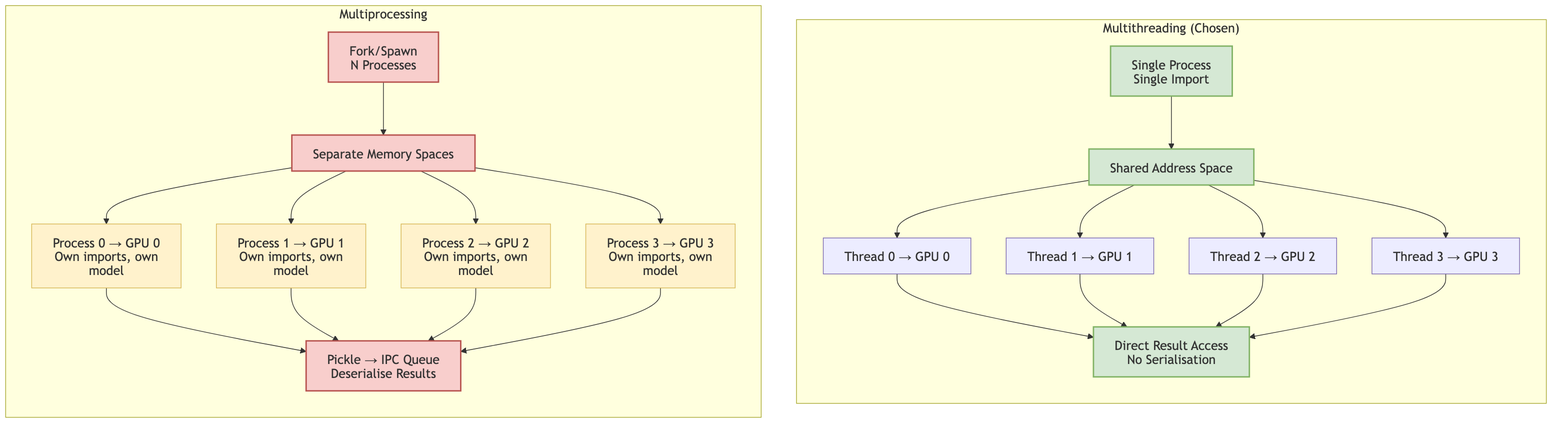
Above: docs/diagrams/threading_vs_mp_comparison.png in tmnestor/LMM_POC (Mermaid), before the change. Its source is kept beside it as docs/diagrams/threading_vs_mp_comparison.mmd.
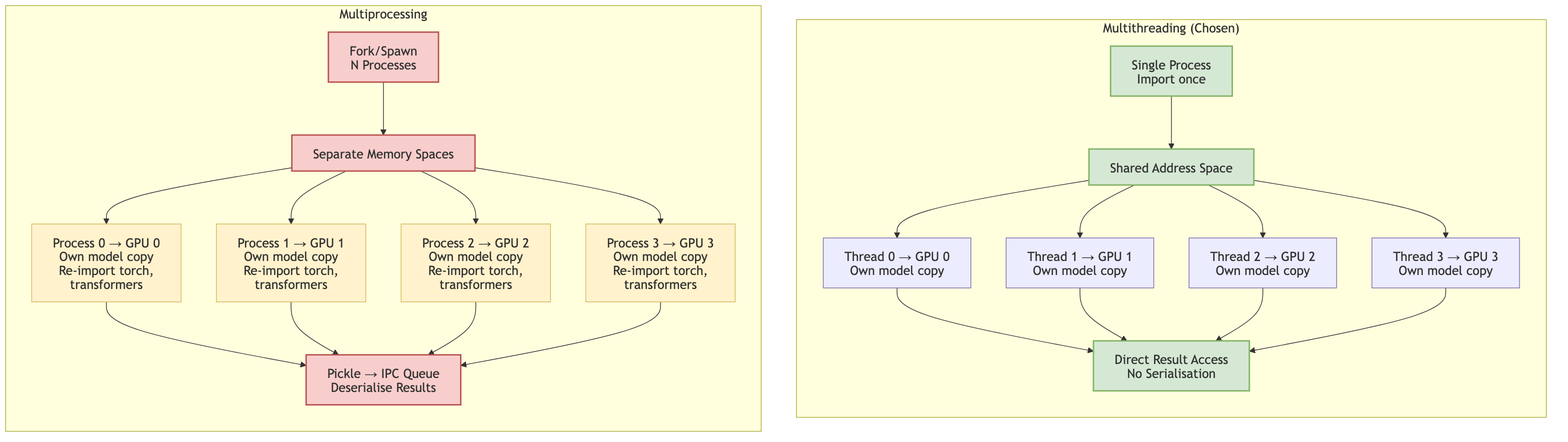
After the commit.

Commit message:
📝 docs: add pipeline vs data parallelism comparison with image distribution diagrams

Diff of the diagram source:
```diff
@@ -1,11 +1,11 @@
 graph TB
     subgraph threading ["Multithreading (Chosen)"]
         direction TB
-        T1["Single Process<br/>Single Import"] --> T2["Shared Address Space"]
-        T2 --> T3["Thread 0 → GPU 0"]
-        T2 --> T4["Thread 1 → GPU 1"]
-        T2 --> T5["Thread 2 → GPU 2"]
-        T2 --> T6["Thread 3 → GPU 3"]
+        T1["Single Process<br/>Import once"] --> T2["Shared Address Space"]
+        T2 --> T3["Thread 0 → GPU 0<br/>Own model copy"]
+        T2 --> T4["Thread 1 → GPU 1<br/>Own model copy"]
+        T2 --> T5["Thread 2 → GPU 2<br/>Own model copy"]
+        T2 --> T6["Thread 3 → GPU 3<br/>Own model copy"]
         T3 --> T7["Direct Result Access<br/>No Serialisation"]
         T4 --> T7
         T5 --> T7
@@ -15,10 +15,10 @@
     subgraph multiprocessing ["Multiprocessing"]
         direction TB
         M1["Fork/Spawn<br/>N Processes"] --> M2["Separate Memory Spaces"]
-        M2 --> M3["Process 0 → GPU 0<br/>Own imports, own model"]
-        M2 --> M4["Process 1 → GPU 1<br/>Own imports, own model"]
-        M2 --> M5["Process 2 → GPU 2<br/>Own imports, own model"]
-        M2 --> M6["Process 3 → GPU 3<br/>Own imports, own model"]
+        M2 --> M3["Process 0 → GPU 0<br/>Own model copy<br/>Re-import torch, transformers"]
+        M2 --> M4["Process 1 → GPU 1<br/>Own model copy<br/>Re-import torch, transformers"]
+        M2 --> M5["Process 2 → GPU 2<br/>Own model copy<br/>Re-import torch, transformers"]
+        M2 --> M6["Process 3 → GPU 3<br/>Own model copy<br/>Re-import torch, transformers"]
         M3 --> M7["Pickle → IPC Queue<br/>Deserialise Results"]
         M4 --> M7
         M5 --> M7
```
